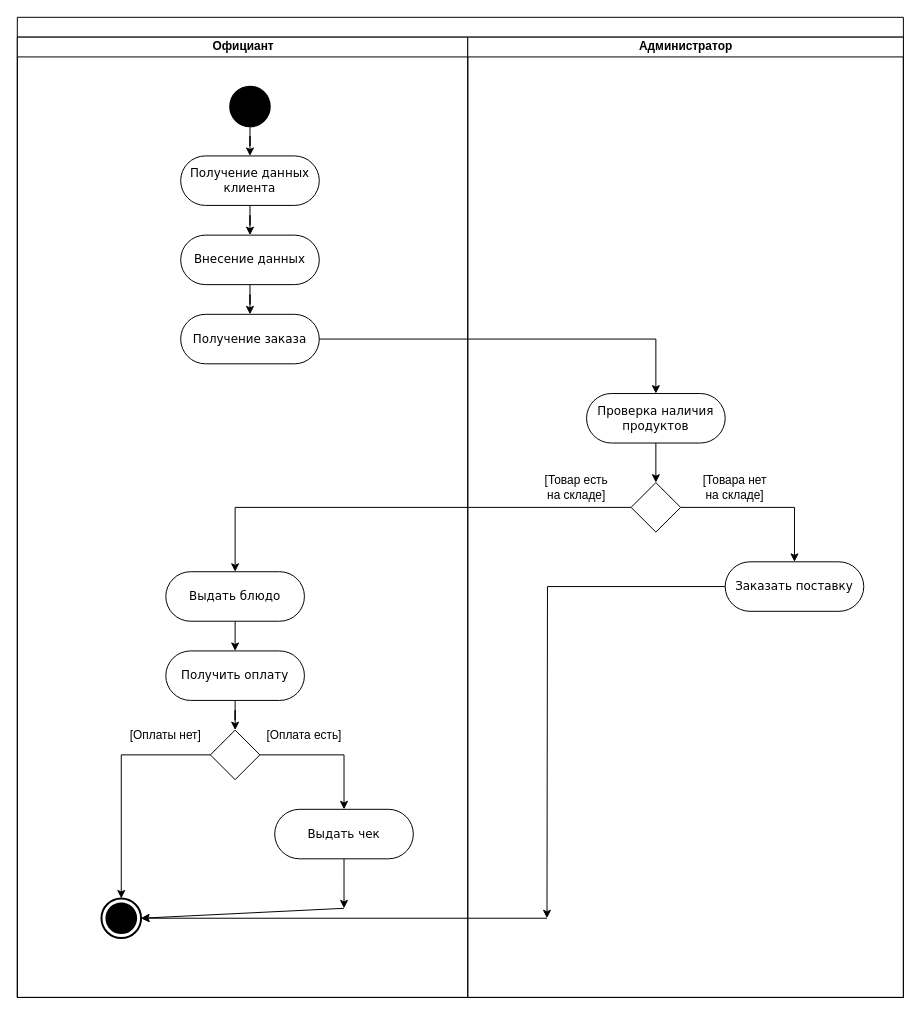
miragiee/Barashek-Shawn keeps this draw.io diagram as Design/Activity[2-3]P.drawio. Above is the earlier version. Source tidied: cells renumbered, new cells numbered last; positions are measured from the earlier drawing's top-left corner, leaving out a move shared by most shapes. Both pictures are drawn from the tidied source at 99%, with x=0, y=0 at pixel (17, 17).
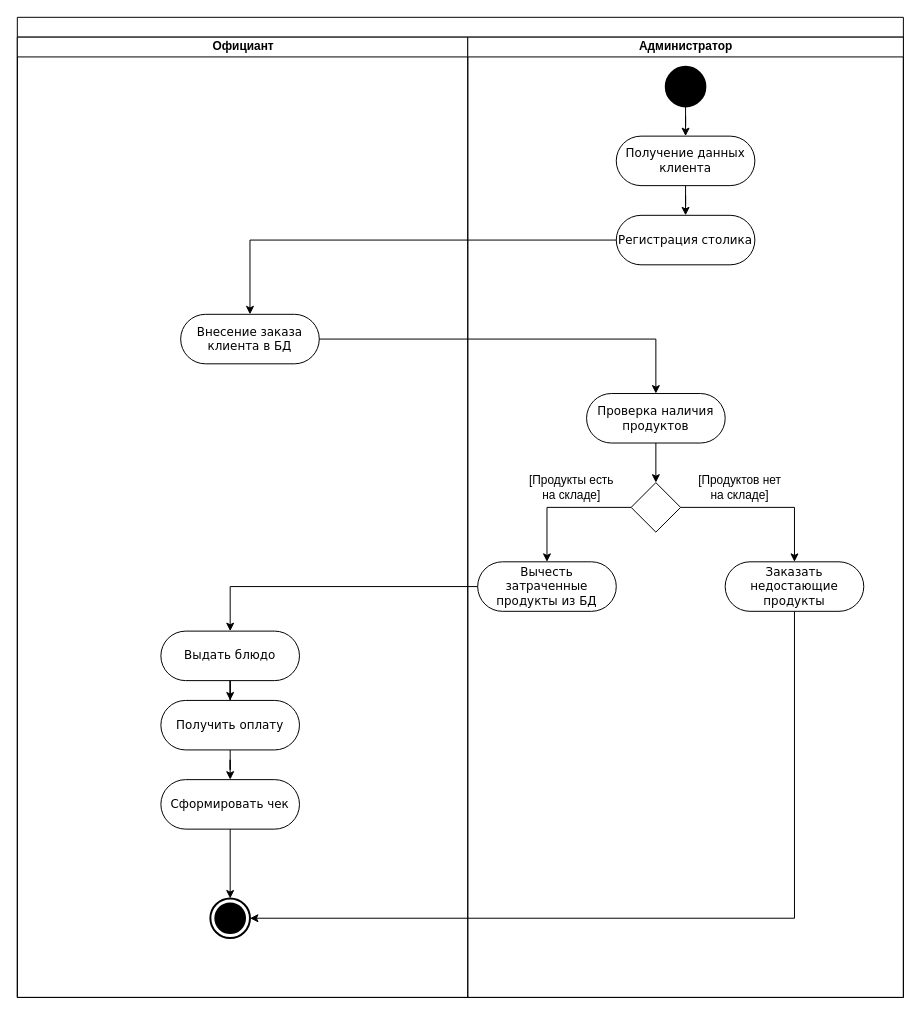
Above is the later version.

The change refers to these unchanged cells:
```xml
<mxCell id="2" style="swimlane;html=1;startSize=20;rounded=0;shadow=0;comic=0;labelBackgroundColor=none;strokeWidth=1;fontFamily=Verdana;fontSize=12;align=center;" parent="1" vertex="1">
  <mxGeometry width="895" height="990" as="geometry" />
</mxCell>
<mxCell id="3" value="Официант" style="swimlane;html=1;startSize=20;" parent="2" vertex="1">
  <mxGeometry y="20" width="455" height="970" as="geometry" />
</mxCell>
<mxCell id="24" value="Администратор" style="swimlane;html=1;startSize=20;" parent="2" vertex="1">
  <mxGeometry x="455" y="20" width="440" height="970" as="geometry" />
</mxCell>
<mxCell id="26" value="Проверка наличия продуктов" style="rounded=1;whiteSpace=wrap;html=1;shadow=0;comic=0;labelBackgroundColor=none;strokeWidth=1;fontFamily=Verdana;fontSize=12;align=center;arcSize=50;" parent="24" vertex="1">
  <mxGeometry x="120" y="360" width="140" height="50" as="geometry" />
</mxCell>
<mxCell id="28" style="rhombus;whiteSpace=wrap;html=1;" parent="24" vertex="1">
  <mxGeometry x="165" y="450" width="50" height="50" as="geometry" />
</mxCell>
```

Diff of the diagram source:
```diff
@@
-    <mxCell id="4" style="edgeStyle=orthogonalEdgeStyle;rounded=0;jettySize=auto;html=1;" parent="3" edge="1" source="5" target="7">
-      <mxGeometry relative="1" as="geometry" />
-    </mxCell>
-    <mxCell id="5" style="shape=ellipse;html=1;fillColor=strokeColor;strokeWidth=2;verticalLabelPosition=bottom;verticalAlignment=top;perimeter=ellipsePerimeter;" parent="3" vertex="1">
-      <mxGeometry x="215" y="50" width="40" height="40" as="geometry" />
-    </mxCell>
-    <mxCell id="6" style="edgeStyle=orthogonalEdgeStyle;rounded=0;jettySize=auto;html=1;" parent="3" edge="1" source="7" target="9">
-      <mxGeometry relative="1" as="geometry" />
-    </mxCell>
-    <mxCell id="7" value="Получение данных клиента" style="rounded=1;whiteSpace=wrap;html=1;shadow=0;comic=0;labelBackgroundColor=none;strokeWidth=1;fontFamily=Verdana;fontSize=12;align=center;arcSize=50;" parent="3" vertex="1">
-      <mxGeometry x="165" y="120" width="140" height="50" as="geometry" />
-    </mxCell>
-    <mxCell id="8" style="edgeStyle=orthogonalEdgeStyle;rounded=0;jettySize=auto;html=1;" parent="3" edge="1" source="9" target="10">
-      <mxGeometry relative="1" as="geometry" />
-    </mxCell>
-    <mxCell id="9" value="Внесение данных" style="rounded=1;whiteSpace=wrap;html=1;shadow=0;comic=0;labelBackgroundColor=none;strokeWidth=1;fontFamily=Verdana;fontSize=12;align=center;arcSize=50;" parent="3" vertex="1">
-      <mxGeometry x="165" y="200" width="140" height="50" as="geometry" />
-    </mxCell>
-    <mxCell id="10" value="Получение заказа" style="rounded=1;whiteSpace=wrap;html=1;shadow=0;comic=0;labelBackgroundColor=none;strokeWidth=1;fontFamily=Verdana;fontSize=12;align=center;arcSize=50;" parent="3" vertex="1">
+    <mxCell id="10" value="Внесение заказа клиента в БД" style="rounded=1;whiteSpace=wrap;html=1;shadow=0;comic=0;labelBackgroundColor=none;strokeWidth=1;fontFamily=Verdana;fontSize=12;align=center;arcSize=50;" parent="3" vertex="1">
       <mxGeometry x="165" y="280" width="140" height="50" as="geometry" />
     </mxCell>
-    <mxCell id="11" style="html=1;shape=mxgraph.sysml.actFinal;strokeWidth=2;verticalLabelPosition=bottom;verticalAlignment=top;" parent="3" vertex="1">
-      <mxGeometry x="85" y="870" width="40" height="40" as="geometry" />
-    </mxCell>
-    <mxCell id="12" style="edgeStyle=orthogonalEdgeStyle;rounded=0;jettySize=auto;html=1;entryX=0.5;entryY=0;entryDx=0;entryDy=0;" parent="3" edge="1" source="13">
-      <mxGeometry relative="1" as="geometry">
-        <mxPoint x="220" y="620" as="targetPoint" />
-      </mxGeometry>
-    </mxCell>
+    <mxCell id="36" style="edgeStyle=orthogonalEdgeStyle;rounded=0;jettySize=auto;html=1;entryX=0.5;entryY=0;entryDx=0;entryDy=0;" parent="3" edge="1" source="13" target="15">
+      <mxGeometry relative="1" as="geometry" />
+    </mxCell>
     <mxCell id="13" value="Выдать блюдо" style="rounded=1;whiteSpace=wrap;html=1;shadow=0;comic=0;labelBackgroundColor=none;strokeWidth=1;fontFamily=Verdana;fontSize=12;align=center;arcSize=50;" parent="3" vertex="1">
-      <mxGeometry x="150" y="540" width="140" height="50" as="geometry" />
+      <mxGeometry x="145" y="600" width="140" height="50" as="geometry" />
     </mxCell>
-    <mxCell id="14" style="edgeStyle=orthogonalEdgeStyle;rounded=0;jettySize=auto;html=1;entryX=0.5;entryY=0;entryDx=0;entryDy=0;" parent="3" edge="1" source="15" target="17">
+    <mxCell id="14" style="edgeStyle=orthogonalEdgeStyle;rounded=0;jettySize=auto;html=1;entryX=0.5;entryY=0;entryDx=0;entryDy=0;" parent="3" edge="1" source="15" target="19">
       <mxGeometry relative="1" as="geometry" />
     </mxCell>
     <mxCell id="15" value="Получить оплату" style="rounded=1;whiteSpace=wrap;html=1;shadow=0;comic=0;labelBackgroundColor=none;strokeWidth=1;fontFamily=Verdana;fontSize=12;align=center;arcSize=50;" parent="3" vertex="1">
-      <mxGeometry x="150" y="620" width="140" height="50" as="geometry" />
+      <mxGeometry x="145" y="670" width="140" height="50" as="geometry" />
     </mxCell>
-    <mxCell id="16" style="edgeStyle=orthogonalEdgeStyle;rounded=0;jettySize=auto;html=1;entryX=0.5;entryY=0;entryDx=0;entryDy=0;" parent="3" edge="1" source="17" target="19">
-      <mxGeometry relative="1" as="geometry" />
-    </mxCell>
-    <mxCell id="17" style="rhombus;whiteSpace=wrap;html=1;" parent="3" vertex="1">
-      <mxGeometry x="195" y="700" width="50" height="50" as="geometry" />
-    </mxCell>
-    <mxCell id="18" style="edgeStyle=orthogonalEdgeStyle;rounded=0;jettySize=auto;html=1;" parent="3" edge="1" source="19">
-      <mxGeometry relative="1" as="geometry">
-        <mxPoint x="330" y="880" as="targetPoint" />
-      </mxGeometry>
-    </mxCell>
-    <mxCell id="19" value="Выдать чек" style="rounded=1;whiteSpace=wrap;html=1;shadow=0;comic=0;labelBackgroundColor=none;strokeWidth=1;fontFamily=Verdana;fontSize=12;align=center;arcSize=50;" parent="3" vertex="1">
-      <mxGeometry x="260" y="780" width="140" height="50" as="geometry" />
+    <mxCell id="19" value="Сформировать чек" style="rounded=1;whiteSpace=wrap;html=1;shadow=0;comic=0;labelBackgroundColor=none;strokeWidth=1;fontFamily=Verdana;fontSize=12;align=center;arcSize=50;" parent="3" vertex="1">
+      <mxGeometry x="145" y="750" width="140" height="50" as="geometry" />
     </mxCell>
-    <mxCell id="20" value="[Оплата есть]" style="text;html=1;whiteSpace=wrap;strokeColor=none;fillColor=none;align=center;verticalAlign=middle;rounded=0;" parent="3" vertex="1">
-      <mxGeometry x="250" y="690" width="80" height="30" as="geometry" />
-    </mxCell>
-    <mxCell id="21" value="[Оплаты нет]" style="text;html=1;whiteSpace=wrap;strokeColor=none;fillColor=none;align=center;verticalAlign=middle;rounded=0;" parent="3" vertex="1">
-      <mxGeometry x="110" y="690" width="80" height="30" as="geometry" />
-    </mxCell>
-    <mxCell id="22" style="edgeStyle=orthogonalEdgeStyle;rounded=0;jettySize=auto;html=1;entryX=0.5;entryY=0;entryDx=0;entryDy=0;entryPerimeter=0;" parent="3" edge="1" source="17" target="11">
-      <mxGeometry relative="1" as="geometry" />
-    </mxCell>
-    <mxCell id="23" style="rounded=0;jettySize=auto;html=1;entryX=1;entryY=0.5;entryDx=0;entryDy=0;entryPerimeter=0;strokeColor=default;shadow=0;flowAnimation=0;" parent="3" edge="1" target="11">
-      <mxGeometry relative="1" as="geometry">
-        <mxPoint x="330" y="880" as="sourcePoint" />
-      </mxGeometry>
-    </mxCell>
+    <mxCell id="11" style="html=1;shape=mxgraph.sysml.actFinal;strokeWidth=2;verticalLabelPosition=bottom;verticalAlignment=top;" parent="3" vertex="1">
+      <mxGeometry x="195" y="870" width="40" height="40" as="geometry" />
+    </mxCell>
+    <mxCell id="37" style="edgeStyle=orthogonalEdgeStyle;rounded=0;jettySize=auto;html=1;entryX=0.5;entryY=0;entryDx=0;entryDy=0;entryPerimeter=0;" parent="3" edge="1" source="19" target="11">
+      <mxGeometry relative="1" as="geometry" />
+    </mxCell>
@@
-    <mxCell id="29" value="[Товар есть на складе]" style="text;html=1;whiteSpace=wrap;strokeColor=none;fillColor=none;align=center;verticalAlign=middle;rounded=0;" parent="24" vertex="1">
-      <mxGeometry x="70" y="440" width="80" height="30" as="geometry" />
+    <mxCell id="29" value="[Продукты есть на складе]" style="text;html=1;whiteSpace=wrap;strokeColor=none;fillColor=none;align=center;verticalAlign=middle;rounded=0;" parent="24" vertex="1">
+      <mxGeometry x="60" y="440" width="90" height="30" as="geometry" />
     </mxCell>
-    <mxCell id="30" value="[Товара нет на складе]" style="text;html=1;whiteSpace=wrap;strokeColor=none;fillColor=none;align=center;verticalAlign=middle;rounded=0;" parent="24" vertex="1">
-      <mxGeometry x="230" y="440" width="80" height="30" as="geometry" />
+    <mxCell id="30" value="[Продуктов нет на складе]" style="text;html=1;whiteSpace=wrap;strokeColor=none;fillColor=none;align=center;verticalAlign=middle;rounded=0;" parent="24" vertex="1">
+      <mxGeometry x="230" y="440" width="90" height="30" as="geometry" />
     </mxCell>
+    <mxCell id="32" value="Заказать недостающие продукты" style="rounded=1;whiteSpace=wrap;html=1;shadow=0;comic=0;labelBackgroundColor=none;strokeWidth=1;fontFamily=Verdana;fontSize=12;align=center;arcSize=50;" parent="24" vertex="1">
+      <mxGeometry x="260" y="530" width="140" height="50" as="geometry" />
+    </mxCell>
+    <mxCell id="38" value="Вычесть затраченные продукты из БД" style="rounded=1;whiteSpace=wrap;html=1;shadow=0;comic=0;labelBackgroundColor=none;strokeWidth=1;fontFamily=Verdana;fontSize=12;align=center;arcSize=50;" parent="24" vertex="1">
+      <mxGeometry x="10" y="530" width="140" height="50" as="geometry" />
+    </mxCell>
+    <mxCell id="35" style="edgeStyle=orthogonalEdgeStyle;rounded=0;jettySize=auto;html=1;entryX=0.5;entryY=0;entryDx=0;entryDy=0;" parent="24" edge="1" source="28" target="38">
+      <mxGeometry relative="1" as="geometry" />
+    </mxCell>
+    <mxCell id="4" style="edgeStyle=orthogonalEdgeStyle;rounded=0;jettySize=auto;html=1;" parent="24" edge="1" source="5" target="7">
+      <mxGeometry relative="1" as="geometry" />
+    </mxCell>
+    <mxCell id="5" style="shape=ellipse;html=1;fillColor=strokeColor;strokeWidth=2;verticalLabelPosition=bottom;verticalAlignment=top;perimeter=ellipsePerimeter;" parent="24" vertex="1">
+      <mxGeometry x="200" y="30" width="40" height="40" as="geometry" />
+    </mxCell>
+    <mxCell id="6" style="edgeStyle=orthogonalEdgeStyle;rounded=0;jettySize=auto;html=1;" parent="24" edge="1" source="7" target="9">
+      <mxGeometry relative="1" as="geometry" />
+    </mxCell>
+    <mxCell id="7" value="Получение данных клиента" style="rounded=1;whiteSpace=wrap;html=1;shadow=0;comic=0;labelBackgroundColor=none;strokeWidth=1;fontFamily=Verdana;fontSize=12;align=center;arcSize=50;" parent="24" vertex="1">
+      <mxGeometry x="150" y="100" width="140" height="50" as="geometry" />
+    </mxCell>
+    <mxCell id="9" value="Регистрация столика" style="rounded=1;whiteSpace=wrap;html=1;shadow=0;comic=0;labelBackgroundColor=none;strokeWidth=1;fontFamily=Verdana;fontSize=12;align=center;arcSize=50;" parent="24" vertex="1">
+      <mxGeometry x="150" y="180" width="140" height="50" as="geometry" />
+    </mxCell>
+    <mxCell id="34" style="edgeStyle=orthogonalEdgeStyle;rounded=0;jettySize=auto;html=1;" parent="2" edge="1" source="10" target="26">
+      <mxGeometry relative="1" as="geometry" />
+    </mxCell>
+    <mxCell id="39" style="edgeStyle=orthogonalEdgeStyle;rounded=0;jettySize=auto;html=1;entryX=0.5;entryY=0;entryDx=0;entryDy=0;" parent="2" edge="1" source="38" target="13">
+      <mxGeometry relative="1" as="geometry" />
+    </mxCell>
-    <mxCell id="31" style="edgeStyle=orthogonalEdgeStyle;rounded=0;jettySize=auto;html=1;" parent="24" edge="1" source="32">
+    <mxCell id="31" style="edgeStyle=orthogonalEdgeStyle;rounded=0;jettySize=auto;html=1;entryX=1;entryY=0.5;entryDx=0;entryDy=0;entryPerimeter=0;" parent="2" edge="1" source="32" target="11">
       <mxGeometry relative="1" as="geometry">
-        <mxPoint x="80" y="890" as="targetPoint" />
+        <Array as="points">
+          <mxPoint x="785" y="910" />
+        </Array>
       </mxGeometry>
     </mxCell>
-    <mxCell id="32" value="Заказать поставку" style="rounded=1;whiteSpace=wrap;html=1;shadow=0;comic=0;labelBackgroundColor=none;strokeWidth=1;fontFamily=Verdana;fontSize=12;align=center;arcSize=50;" parent="24" vertex="1">
-      <mxGeometry x="260" y="530" width="140" height="50" as="geometry" />
-    </mxCell>
-    <mxCell id="33" style="rounded=0;orthogonalLoop=1;jettySize=auto;html=1;strokeColor=default;shadow=0;flowAnimation=0;" parent="24" edge="1">
-      <mxGeometry relative="1" as="geometry">
-        <mxPoint x="80" y="890" as="sourcePoint" />
-        <mxPoint x="-330" y="890" as="targetPoint" />
-      </mxGeometry>
-    </mxCell>
-    <mxCell id="34" style="edgeStyle=orthogonalEdgeStyle;rounded=0;jettySize=auto;html=1;" parent="2" edge="1" source="10" target="26">
-      <mxGeometry relative="1" as="geometry" />
-    </mxCell>
-    <mxCell id="35" style="edgeStyle=orthogonalEdgeStyle;rounded=0;jettySize=auto;html=1;entryX=0.5;entryY=0;entryDx=0;entryDy=0;" parent="2" edge="1" source="28" target="13">
-      <mxGeometry relative="1" as="geometry" />
-    </mxCell>
+    <mxCell id="8" style="edgeStyle=orthogonalEdgeStyle;rounded=0;jettySize=auto;html=1;" parent="2" edge="1" source="9" target="10">
+      <mxGeometry relative="1" as="geometry" />
+    </mxCell>
```
